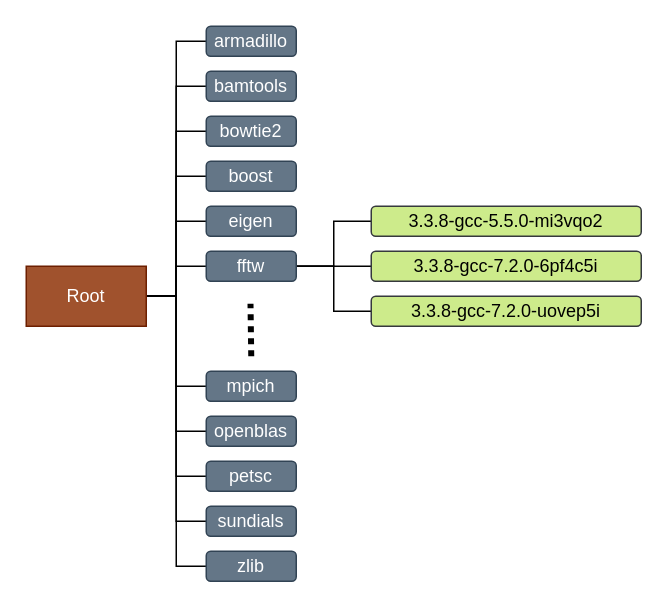
Before: figures/draw.io/spack flat.drawio in huqy/hybrid-spack-manual-software-management, a draw.io diagram. Source tidied: cells renumbered, new cells numbered last; positions are measured from the earlier drawing's top-left corner, leaving out a move shared by most shapes. Both pictures are drawn from the tidied source at 150%, with x=0, y=0 at pixel (26, 26).
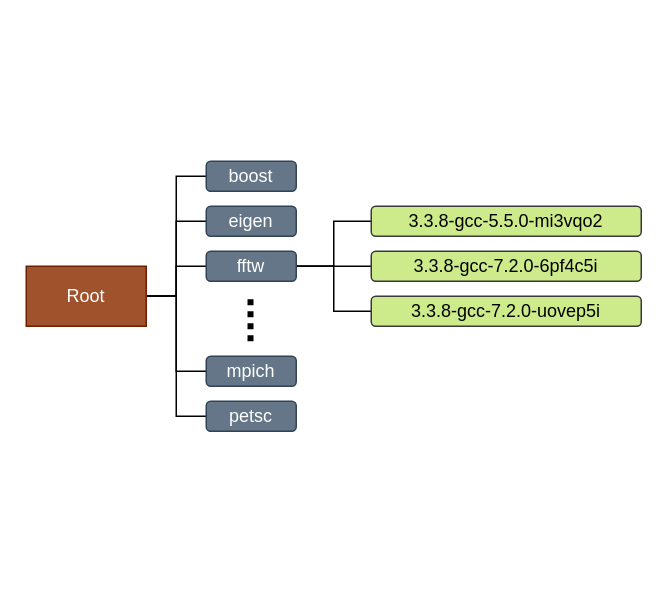
Above is the later version.

The change refers to these unchanged cells:
```xml
<mxCell id="13" value="Root" style="rounded=0;whiteSpace=wrap;html=1;fillColor=#a0522d;strokeColor=#6D1F00;fontColor=#ffffff;" parent="1" vertex="1">
  <mxGeometry y="160" width="80" height="40" as="geometry" />
</mxCell>
```

The edit, as a diff of the source:
```diff
@@
-    <mxCell id="2" style="edgeStyle=orthogonalEdgeStyle;rounded=0;jettySize=auto;html=1;exitX=1;exitY=0.5;exitDx=0;exitDy=0;entryX=0;entryY=0.5;entryDx=0;entryDy=0;endArrow=none;endFill=0;strokeWidth=1;" parent="1" edge="1" source="13" target="18">
-      <mxGeometry relative="1" as="geometry" />
-    </mxCell>
-    <mxCell id="3" style="edgeStyle=orthogonalEdgeStyle;rounded=0;jettySize=auto;html=1;exitX=1;exitY=0.5;exitDx=0;exitDy=0;entryX=0;entryY=0.5;entryDx=0;entryDy=0;endArrow=none;endFill=0;strokeWidth=1;" parent="1" edge="1" source="13" target="19">
-      <mxGeometry relative="1" as="geometry" />
-    </mxCell>
-    <mxCell id="4" style="edgeStyle=orthogonalEdgeStyle;rounded=0;jettySize=auto;html=1;exitX=1;exitY=0.5;exitDx=0;exitDy=0;entryX=0;entryY=0.5;entryDx=0;entryDy=0;endArrow=none;endFill=0;strokeWidth=1;" parent="1" edge="1" source="13" target="20">
-      <mxGeometry relative="1" as="geometry" />
-    </mxCell>
@@
-    <mxCell id="9" style="edgeStyle=orthogonalEdgeStyle;rounded=0;jettySize=auto;html=1;exitX=1;exitY=0.5;exitDx=0;exitDy=0;entryX=0;entryY=0.5;entryDx=0;entryDy=0;endArrow=none;endFill=0;strokeWidth=1;" parent="1" edge="1" source="13" target="25">
-      <mxGeometry relative="1" as="geometry" />
-    </mxCell>
@@
-    <mxCell id="11" style="edgeStyle=orthogonalEdgeStyle;rounded=0;jettySize=auto;html=1;exitX=1;exitY=0.5;exitDx=0;exitDy=0;entryX=0;entryY=0.5;entryDx=0;entryDy=0;endArrow=none;endFill=0;strokeWidth=1;" parent="1" edge="1" source="13" target="27">
-      <mxGeometry relative="1" as="geometry" />
-    </mxCell>
-    <mxCell id="12" style="edgeStyle=orthogonalEdgeStyle;rounded=0;jettySize=auto;html=1;exitX=1;exitY=0.5;exitDx=0;exitDy=0;entryX=0;entryY=0.5;entryDx=0;entryDy=0;endArrow=none;endFill=0;strokeWidth=1;" parent="1" edge="1" source="13" target="28">
-      <mxGeometry relative="1" as="geometry" />
-    </mxCell>
@@
-    <mxCell id="18" value="armadillo" style="rounded=1;whiteSpace=wrap;html=1;fillColor=#647687;strokeColor=#314354;fontColor=#ffffff;" parent="1" vertex="1">
-      <mxGeometry x="120" width="60" height="20" as="geometry" />
-    </mxCell>
-    <mxCell id="19" value="bamtools" style="rounded=1;whiteSpace=wrap;html=1;fillColor=#647687;strokeColor=#314354;fontColor=#ffffff;" parent="1" vertex="1">
-      <mxGeometry x="120" y="30" width="60" height="20" as="geometry" />
-    </mxCell>
-    <mxCell id="20" value="bowtie2" style="rounded=1;whiteSpace=wrap;html=1;fillColor=#647687;strokeColor=#314354;fontColor=#ffffff;" parent="1" vertex="1">
-      <mxGeometry x="120" y="60" width="60" height="20" as="geometry" />
-    </mxCell>
@@
     <mxCell id="23" style="endArrow=none;dashed=1;html=1;strokeWidth=4;dashPattern=1 1;" parent="1" edge="1">
       <mxGeometry relative="1" as="geometry">
-        <mxPoint x="150" y="220" as="sourcePoint" />
-        <mxPoint x="149.5" y="185" as="targetPoint" />
+        <mxPoint x="149.5" y="210" as="sourcePoint" />
+        <mxPoint x="149.5" y="180" as="targetPoint" />
       </mxGeometry>
     </mxCell>
     <mxCell id="24" value="mpich" style="rounded=1;whiteSpace=wrap;html=1;fillColor=#647687;strokeColor=#314354;fontColor=#ffffff;" parent="1" vertex="1">
-      <mxGeometry x="120" y="230" width="60" height="20" as="geometry" />
+      <mxGeometry x="120" y="220" width="60" height="20" as="geometry" />
     </mxCell>
-    <mxCell id="25" value="openblas" style="rounded=1;whiteSpace=wrap;html=1;fillColor=#647687;strokeColor=#314354;fontColor=#ffffff;" parent="1" vertex="1">
-      <mxGeometry x="120" y="260" width="60" height="20" as="geometry" />
-    </mxCell>
     <mxCell id="26" value="petsc" style="rounded=1;whiteSpace=wrap;html=1;fillColor=#647687;strokeColor=#314354;fontColor=#ffffff;" parent="1" vertex="1">
-      <mxGeometry x="120" y="290" width="60" height="20" as="geometry" />
+      <mxGeometry x="120" y="250" width="60" height="20" as="geometry" />
     </mxCell>
-    <mxCell id="27" value="sundials" style="rounded=1;whiteSpace=wrap;html=1;fillColor=#647687;strokeColor=#314354;fontColor=#ffffff;" parent="1" vertex="1">
-      <mxGeometry x="120" y="320" width="60" height="20" as="geometry" />
-    </mxCell>
-    <mxCell id="28" value="zlib" style="rounded=1;whiteSpace=wrap;html=1;fillColor=#647687;strokeColor=#314354;fontColor=#ffffff;" parent="1" vertex="1">
-      <mxGeometry x="120" y="350" width="60" height="20" as="geometry" />
-    </mxCell>
```
